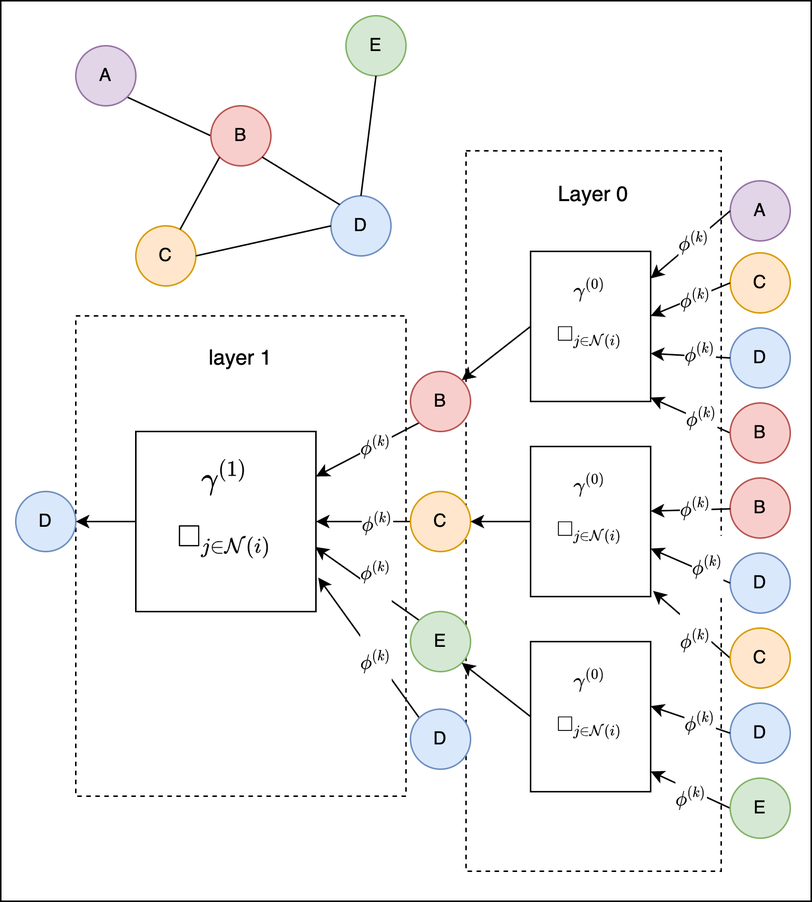
Above: notes/assets/drawio/Message-Passing-Framework.drawio.png in shekharmish/MATH-490-Project (draw.io), before the change. Source tidied: cells renumbered, new cells last; positions are measured from the earlier drawing's top-left corner, leaving out a move shared by most shapes.
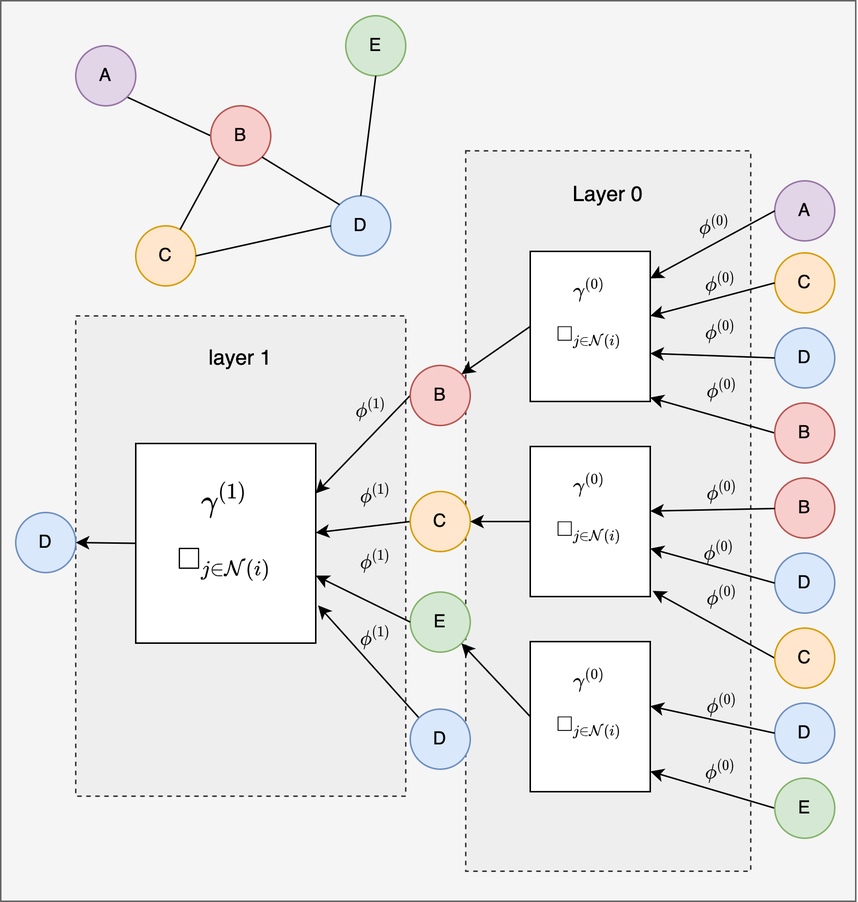
The same diagram one commit later.

Diff of the diagram source:
```diff
@@ -2,14 +2,14 @@
   <root>
     <mxCell id="0" />
     <mxCell id="1" parent="0" />
-    <mxCell id="2" style="rounded=0;whiteSpace=wrap;html=1;" parent="1" vertex="1">
-      <mxGeometry width="540" height="600" as="geometry" />
+    <mxCell id="2" style="rounded=0;whiteSpace=wrap;html=1;fillColor=#f5f5f5;fontColor=#333333;strokeColor=#666666;" parent="1" vertex="1">
+      <mxGeometry width="570" height="600" as="geometry" />
     </mxCell>
-    <mxCell id="3" value="&lt;font style=&quot;font-size: 14px&quot;&gt;layer 1&lt;/font&gt;&lt;br&gt;&lt;br&gt;&lt;br&gt;&lt;br&gt;&lt;br&gt;&lt;br&gt;&lt;br&gt;&lt;br&gt;&lt;br&gt;&lt;br&gt;&lt;br&gt;&lt;br&gt;&lt;br&gt;&lt;br&gt;&lt;br&gt;&lt;br&gt;&lt;br&gt;&lt;br&gt;&lt;br&gt;&lt;br&gt;&lt;br&gt;" style="rounded=0;whiteSpace=wrap;html=1;dashed=1;fontSize=11;fontColor=#000000;" parent="1" vertex="1">
+    <mxCell id="3" value="&lt;font style=&quot;font-size: 14px&quot;&gt;layer 1&lt;/font&gt;&lt;br&gt;&lt;br&gt;&lt;br&gt;&lt;br&gt;&lt;br&gt;&lt;br&gt;&lt;br&gt;&lt;br&gt;&lt;br&gt;&lt;br&gt;&lt;br&gt;&lt;br&gt;&lt;br&gt;&lt;br&gt;&lt;br&gt;&lt;br&gt;&lt;br&gt;&lt;br&gt;&lt;br&gt;&lt;br&gt;&lt;br&gt;" style="rounded=0;whiteSpace=wrap;html=1;dashed=1;fontSize=11;fillColor=#eeeeee;strokeColor=#36393d;" parent="1" vertex="1">
       <mxGeometry x="50" y="210" width="220" height="320" as="geometry" />
     </mxCell>
-    <mxCell id="4" value="&lt;font style=&quot;font-size: 14px&quot;&gt;Layer 0&lt;/font&gt;&lt;br&gt;&lt;br&gt;&lt;br&gt;&lt;br&gt;&lt;br&gt;&lt;br&gt;&lt;br&gt;&lt;br&gt;&lt;br&gt;&lt;br&gt;&lt;br&gt;&lt;br&gt;&lt;br&gt;&lt;br&gt;&lt;br&gt;&lt;br&gt;&lt;br&gt;&lt;br&gt;&lt;br&gt;&lt;br&gt;&lt;br&gt;&lt;br&gt;&lt;br&gt;&lt;br&gt;&lt;br&gt;&lt;br&gt;&lt;br&gt;&lt;br&gt;&lt;br&gt;&lt;br&gt;&lt;br&gt;&lt;br&gt;&lt;br&gt;" style="rounded=0;whiteSpace=wrap;html=1;dashed=1;fontSize=11;fontColor=#000000;" parent="1" vertex="1">
-      <mxGeometry x="310" y="100" width="170" height="480" as="geometry" />
+    <mxCell id="4" value="&lt;font style=&quot;font-size: 14px&quot;&gt;Layer 0&lt;/font&gt;&lt;br&gt;&lt;br&gt;&lt;br&gt;&lt;br&gt;&lt;br&gt;&lt;br&gt;&lt;br&gt;&lt;br&gt;&lt;br&gt;&lt;br&gt;&lt;br&gt;&lt;br&gt;&lt;br&gt;&lt;br&gt;&lt;br&gt;&lt;br&gt;&lt;br&gt;&lt;br&gt;&lt;br&gt;&lt;br&gt;&lt;br&gt;&lt;br&gt;&lt;br&gt;&lt;br&gt;&lt;br&gt;&lt;br&gt;&lt;br&gt;&lt;br&gt;&lt;br&gt;&lt;br&gt;&lt;br&gt;&lt;br&gt;&lt;br&gt;" style="rounded=0;whiteSpace=wrap;html=1;dashed=1;fontSize=11;fillColor=#eeeeee;strokeColor=#36393d;" parent="1" vertex="1">
+      <mxGeometry x="310" y="100" width="190" height="480" as="geometry" />
     </mxCell>
     <mxCell id="5" style="edgeStyle=none;html=1;exitX=1;exitY=1;exitDx=0;exitDy=0;entryX=0;entryY=0.5;entryDx=0;entryDy=0;endArrow=none;endFill=0;" parent="1" edge="1" source="6" target="10">
       <mxGeometry relative="1" as="geometry" />
@@ -42,41 +42,38 @@
       <mxGeometry relative="1" as="geometry" />
     </mxCell>
     <mxCell id="15" value="D" style="ellipse;whiteSpace=wrap;html=1;fillColor=#dae8fc;strokeColor=#6c8ebf;" parent="1" vertex="1">
-      <mxGeometry x="10" y="327" width="40" height="40" as="geometry" />
+      <mxGeometry x="10" y="341" width="40" height="40" as="geometry" />
     </mxCell>
     <mxCell id="16" style="edgeStyle=none;html=1;exitX=0;exitY=0.5;exitDx=0;exitDy=0;entryX=1;entryY=0.5;entryDx=0;entryDy=0;fontSize=16;fontColor=#000000;endArrow=classic;endFill=1;startArrow=none;startFill=0;" parent="1" edge="1" source="17" target="15">
       <mxGeometry relative="1" as="geometry" />
     </mxCell>
     <mxCell id="17" value="&lt;div style=&quot;background-color: rgb(255 , 255 , 255) ; font-family: &amp;#34;menlo&amp;#34; , &amp;#34;monaco&amp;#34; , &amp;#34;courier new&amp;#34; , monospace ; line-height: 18px ; font-size: 16px&quot;&gt;&lt;font style=&quot;font-size: 16px&quot;&gt;$$\gamma^{(1)}$$&lt;/font&gt;&lt;/div&gt;&lt;div style=&quot;background-color: rgb(255 , 255 , 255) ; font-family: &amp;#34;menlo&amp;#34; , &amp;#34;monaco&amp;#34; , &amp;#34;courier new&amp;#34; , monospace ; line-height: 18px ; font-size: 16px&quot;&gt;&lt;font style=&quot;font-size: 16px&quot;&gt;$$\square_{j \in \mathcal{N}(i)}$$&lt;/font&gt;&lt;/div&gt;&lt;div style=&quot;background-color: rgb(255 , 255 , 255) ; font-family: &amp;#34;menlo&amp;#34; , &amp;#34;monaco&amp;#34; , &amp;#34;courier new&amp;#34; , monospace ; line-height: 18px ; font-size: 16px&quot;&gt;&lt;br&gt;&lt;/div&gt;" style="rounded=0;whiteSpace=wrap;html=1;" parent="1" vertex="1">
-      <mxGeometry x="90" y="287" width="120" height="120" as="geometry" />
+      <mxGeometry x="90" y="295" width="120" height="133" as="geometry" />
     </mxCell>
-    <mxCell id="18" style="edgeStyle=none;html=1;exitX=0;exitY=1;exitDx=0;exitDy=0;entryX=1;entryY=0.25;entryDx=0;entryDy=0;fontSize=16;fontColor=#000000;startArrow=none;startFill=0;endArrow=classic;endFill=1;" parent="1" edge="1" source="20" target="17">
+    <mxCell id="18" style="edgeStyle=none;html=1;entryX=1;entryY=0.25;entryDx=0;entryDy=0;fontSize=16;fontColor=#000000;startArrow=none;startFill=0;endArrow=classic;endFill=1;exitX=0;exitY=0.5;exitDx=0;exitDy=0;" parent="1" edge="1" source="20" target="17">
       <mxGeometry relative="1" as="geometry" />
     </mxCell>
-    <mxCell id="19" value="$$\phi^{(k)}$$" style="edgeLabel;html=1;align=center;verticalAlign=middle;fontSize=11;fontColor=#000000;" parent="18" vertex="1">
+    <mxCell id="19" value="$$\phi^{(1)}$$" style="edgeLabel;html=1;align=center;verticalAlign=middle;fontSize=11;fontColor=#000000;labelBackgroundColor=none;" parent="18" vertex="1">
       <mxGeometry x="-0.29" y="3" relative="1" as="geometry">
-        <mxPoint x="-6" as="offset" />
+        <mxPoint x="-6" y="-17" as="offset" />
       </mxGeometry>
     </mxCell>
     <mxCell id="20" value="B" style="ellipse;whiteSpace=wrap;html=1;fillColor=#f8cecc;strokeColor=#b85450;" parent="1" vertex="1">
-      <mxGeometry x="273" y="247" width="40" height="40" as="geometry" />
+      <mxGeometry x="273" y="243" width="40" height="40" as="geometry" />
     </mxCell>
     <mxCell id="21" style="edgeStyle=none;html=1;exitX=0;exitY=0.5;exitDx=0;exitDy=0;fontSize=16;fontColor=#000000;startArrow=none;startFill=0;endArrow=classic;endFill=1;" parent="1" edge="1" source="23" target="17">
       <mxGeometry relative="1" as="geometry" />
     </mxCell>
-    <mxCell id="22" value="$$\phi^{(k)}$$" style="edgeLabel;html=1;align=center;verticalAlign=middle;fontSize=11;fontColor=#000000;" parent="21" vertex="1">
+    <mxCell id="22" value="$$\phi^{(1)}$$" style="edgeLabel;html=1;align=center;verticalAlign=middle;fontSize=11;fontColor=#000000;labelBackgroundColor=none;" parent="21" vertex="1">
       <mxGeometry x="-0.56" relative="1" as="geometry">
-        <mxPoint x="-9" as="offset" />
+        <mxPoint x="-9" y="-20" as="offset" />
       </mxGeometry>
     </mxCell>
     <mxCell id="23" value="C" style="ellipse;whiteSpace=wrap;html=1;fillColor=#ffe6cc;strokeColor=#d79b00;" parent="1" vertex="1">
       <mxGeometry x="273" y="327" width="40" height="40" as="geometry" />
     </mxCell>
-    <mxCell id="24" value="&lt;span style=&quot;font-size: 11px&quot;&gt;$$\phi^{(k)}$$&lt;br&gt;&lt;/span&gt;" style="edgeStyle=none;html=1;exitX=0;exitY=0;exitDx=0;exitDy=0;entryX=0.996;entryY=0.641;entryDx=0;entryDy=0;fontSize=16;fontColor=#000000;startArrow=none;startFill=0;endArrow=classic;endFill=1;entryPerimeter=0;" parent="1" edge="1" source="25" target="17">
-      <mxGeometry x="-0.13" y="-2" relative="1" as="geometry" />
-    </mxCell>
     <mxCell id="25" value="E" style="ellipse;whiteSpace=wrap;html=1;fillColor=#d5e8d4;strokeColor=#82b366;" parent="1" vertex="1">
-      <mxGeometry x="273" y="407" width="40" height="40" as="geometry" />
+      <mxGeometry x="273" y="394" width="40" height="40" as="geometry" />
     </mxCell>
     <mxCell id="26" style="edgeStyle=none;html=1;exitX=0;exitY=0.5;exitDx=0;exitDy=0;entryX=1;entryY=0;entryDx=0;entryDy=0;fontSize=11;fontColor=#000000;startArrow=none;startFill=0;endArrow=classic;endFill=1;" parent="1" edge="1" source="27" target="20">
       <mxGeometry relative="1" as="geometry" />
@@ -97,63 +94,71 @@
       <mxGeometry x="353" y="427" width="80" height="100" as="geometry" />
     </mxCell>
     <mxCell id="32" value="A" style="ellipse;whiteSpace=wrap;html=1;fillColor=#e1d5e7;strokeColor=#9673a6;" parent="1" vertex="1">
-      <mxGeometry x="486" y="120" width="40" height="40" as="geometry" />
+      <mxGeometry x="516" y="120" width="40" height="40" as="geometry" />
     </mxCell>
     <mxCell id="33" value="C" style="ellipse;whiteSpace=wrap;html=1;fillColor=#ffe6cc;strokeColor=#d79b00;" parent="1" vertex="1">
-      <mxGeometry x="486" y="168" width="40" height="40" as="geometry" />
+      <mxGeometry x="516" y="168" width="40" height="40" as="geometry" />
     </mxCell>
     <mxCell id="34" value="D" style="ellipse;whiteSpace=wrap;html=1;fillColor=#dae8fc;strokeColor=#6c8ebf;" parent="1" vertex="1">
-      <mxGeometry x="486" y="218" width="40" height="40" as="geometry" />
+      <mxGeometry x="516" y="218" width="40" height="40" as="geometry" />
     </mxCell>
     <mxCell id="35" value="B" style="ellipse;whiteSpace=wrap;html=1;fillColor=#f8cecc;strokeColor=#b85450;" parent="1" vertex="1">
-      <mxGeometry x="486" y="318" width="40" height="40" as="geometry" />
+      <mxGeometry x="516" y="318" width="40" height="40" as="geometry" />
     </mxCell>
     <mxCell id="36" value="D" style="ellipse;whiteSpace=wrap;html=1;fillColor=#dae8fc;strokeColor=#6c8ebf;" parent="1" vertex="1">
-      <mxGeometry x="486" y="368" width="40" height="40" as="geometry" />
+      <mxGeometry x="516" y="368" width="40" height="40" as="geometry" />
     </mxCell>
     <mxCell id="37" value="D" style="ellipse;whiteSpace=wrap;html=1;fillColor=#dae8fc;strokeColor=#6c8ebf;" parent="1" vertex="1">
-      <mxGeometry x="486" y="468" width="40" height="40" as="geometry" />
+      <mxGeometry x="516" y="468" width="40" height="40" as="geometry" />
     </mxCell>
     <mxCell id="38" style="edgeStyle=none;html=1;entryX=1;entryY=0;entryDx=0;entryDy=0;fontSize=11;fontColor=#000000;startArrow=none;startFill=0;endArrow=classic;endFill=1;exitX=0;exitY=0.5;exitDx=0;exitDy=0;" parent="1" edge="1" source="32">
       <mxGeometry relative="1" as="geometry">
         <mxPoint x="433" y="185" as="targetPoint" />
       </mxGeometry>
     </mxCell>
-    <mxCell id="39" value="$$\phi^{(k)}$$" style="edgeLabel;html=1;align=center;verticalAlign=middle;fontSize=11;fontColor=#000000;" parent="38" vertex="1">
-      <mxGeometry x="-0.09" relative="1" as="geometry" />
+    <mxCell id="39" value="$$\phi^{(0)}$$" style="edgeLabel;html=1;align=center;verticalAlign=middle;fontSize=11;fontColor=#000000;labelBackgroundColor=none;" parent="38" vertex="1">
+      <mxGeometry x="-0.09" relative="1" as="geometry">
+        <mxPoint x="-2" y="-11" as="offset" />
+      </mxGeometry>
     </mxCell>
     <mxCell id="40" style="edgeStyle=none;html=1;exitX=0;exitY=0.5;exitDx=0;exitDy=0;entryX=1;entryY=0.25;entryDx=0;entryDy=0;fontSize=11;fontColor=#000000;startArrow=none;startFill=0;endArrow=classic;endFill=1;" parent="1" edge="1" source="33">
       <mxGeometry relative="1" as="geometry">
         <mxPoint x="433" y="210" as="targetPoint" />
       </mxGeometry>
     </mxCell>
-    <mxCell id="41" value="$$\phi^{(k)}$$" style="edgeLabel;html=1;align=center;verticalAlign=middle;fontSize=11;fontColor=#000000;" parent="40" vertex="1">
-      <mxGeometry x="-0.1" y="1" relative="1" as="geometry" />
+    <mxCell id="41" value="$$\phi^{(0)}$$" style="edgeLabel;html=1;align=center;verticalAlign=middle;fontSize=11;fontColor=#000000;labelBackgroundColor=none;" parent="40" vertex="1">
+      <mxGeometry x="-0.1" y="1" relative="1" as="geometry">
+        <mxPoint y="-11" as="offset" />
+      </mxGeometry>
     </mxCell>
     <mxCell id="42" style="edgeStyle=none;html=1;exitX=0;exitY=0.5;exitDx=0;exitDy=0;fontSize=11;fontColor=#000000;startArrow=none;startFill=0;endArrow=classic;endFill=1;" parent="1" edge="1" source="34">
       <mxGeometry relative="1" as="geometry">
         <mxPoint x="433" y="235" as="targetPoint" />
       </mxGeometry>
     </mxCell>
-    <mxCell id="43" value="$$\phi^{(k)}$$" style="edgeLabel;html=1;align=center;verticalAlign=middle;fontSize=11;fontColor=#000000;" parent="42" vertex="1">
-      <mxGeometry x="-0.22" y="-2" relative="1" as="geometry" />
+    <mxCell id="43" value="$$\phi^{(0&lt;br&gt;)}$$" style="edgeLabel;html=1;align=center;verticalAlign=middle;fontSize=11;fontColor=#000000;labelBackgroundColor=none;" parent="42" vertex="1">
+      <mxGeometry x="-0.22" y="-2" relative="1" as="geometry">
+        <mxPoint x="-4" y="-15" as="offset" />
+      </mxGeometry>
     </mxCell>
     <mxCell id="44" style="edgeStyle=none;html=1;entryX=1;entryY=0.25;entryDx=0;entryDy=0;fontSize=11;fontColor=#000000;startArrow=none;startFill=0;endArrow=classic;endFill=1;" parent="1" edge="1" source="35">
       <mxGeometry relative="1" as="geometry">
         <mxPoint x="433" y="340" as="targetPoint" />
       </mxGeometry>
     </mxCell>
-    <mxCell id="45" value="$$\phi^{(k)}$$" style="edgeLabel;html=1;align=center;verticalAlign=middle;fontSize=11;fontColor=#000000;" parent="44" vertex="1">
-      <mxGeometry x="-0.14" y="-2" relative="1" as="geometry" />
+    <mxCell id="45" value="$$\phi^{(0)}$$" style="edgeLabel;html=1;align=center;verticalAlign=middle;fontSize=11;fontColor=#000000;labelBackgroundColor=none;" parent="44" vertex="1">
+      <mxGeometry x="-0.14" y="-2" relative="1" as="geometry">
+        <mxPoint y="-10" as="offset" />
+      </mxGeometry>
     </mxCell>
     <mxCell id="46" style="edgeStyle=none;html=1;fontSize=11;fontColor=#000000;startArrow=none;startFill=0;endArrow=classic;endFill=1;entryX=1;entryY=0.5;entryDx=0;entryDy=0;exitX=0;exitY=0.5;exitDx=0;exitDy=0;" parent="1" edge="1" source="36">
       <mxGeometry relative="1" as="geometry">
         <mxPoint x="433" y="365" as="targetPoint" />
       </mxGeometry>
     </mxCell>
-    <mxCell id="47" value="$$\phi^{(k)}$$" style="edgeLabel;html=1;align=center;verticalAlign=middle;fontSize=11;fontColor=#000000;" parent="46" vertex="1">
+    <mxCell id="47" value="$$\phi^{(0)}$$" style="edgeLabel;html=1;align=center;verticalAlign=middle;fontSize=11;fontColor=#000000;labelBackgroundColor=none;" parent="46" vertex="1">
       <mxGeometry x="-0.1" y="-3" relative="1" as="geometry">
-        <mxPoint x="7" y="2" as="offset" />
+        <mxPoint y="-8" as="offset" />
       </mxGeometry>
     </mxCell>
     <mxCell id="48" style="edgeStyle=none;html=1;entryX=1;entryY=0.25;entryDx=0;entryDy=0;fontSize=11;fontColor=#000000;startArrow=none;startFill=0;endArrow=classic;endFill=1;exitX=0;exitY=0.5;exitDx=0;exitDy=0;" parent="1" edge="1" source="37">
@@ -161,56 +166,68 @@
         <mxPoint x="433" y="470" as="targetPoint" />
       </mxGeometry>
     </mxCell>
-    <mxCell id="49" value="$$\phi^{(k)}$$" style="edgeLabel;html=1;align=center;verticalAlign=middle;fontSize=11;fontColor=#000000;" parent="48" vertex="1">
-      <mxGeometry x="-0.23" relative="1" as="geometry" />
+    <mxCell id="49" value="$$\phi^{(0)}$$" style="edgeLabel;html=1;align=center;verticalAlign=middle;fontSize=11;fontColor=#000000;labelBackgroundColor=none;" parent="48" vertex="1">
+      <mxGeometry x="-0.23" relative="1" as="geometry">
+        <mxPoint x="-4" y="-13" as="offset" />
+      </mxGeometry>
     </mxCell>
     <mxCell id="50" style="edgeStyle=none;html=1;exitX=0;exitY=0.5;exitDx=0;exitDy=0;entryX=0.999;entryY=0.794;entryDx=0;entryDy=0;entryPerimeter=0;fontSize=11;fontColor=#000000;startArrow=none;startFill=0;endArrow=classic;endFill=1;" parent="1" edge="1" source="52">
       <mxGeometry relative="1" as="geometry">
         <mxPoint x="432.9" y="264.4" as="targetPoint" />
       </mxGeometry>
     </mxCell>
-    <mxCell id="51" value="$$\phi^{(k)}$$" style="edgeLabel;html=1;align=center;verticalAlign=middle;fontSize=11;fontColor=#000000;" parent="50" vertex="1">
-      <mxGeometry x="-0.24" y="-2" relative="1" as="geometry" />
+    <mxCell id="51" value="$$\phi^{(0)}$$" style="edgeLabel;html=1;align=center;verticalAlign=middle;fontSize=11;fontColor=#000000;labelBackgroundColor=none;" parent="50" vertex="1">
+      <mxGeometry x="-0.24" y="-2" relative="1" as="geometry">
+        <mxPoint x="-5" y="-19" as="offset" />
+      </mxGeometry>
     </mxCell>
     <mxCell id="52" value="B" style="ellipse;whiteSpace=wrap;html=1;fillColor=#f8cecc;strokeColor=#b85450;" parent="1" vertex="1">
-      <mxGeometry x="486" y="268" width="40" height="40" as="geometry" />
+      <mxGeometry x="516" y="268" width="40" height="40" as="geometry" />
     </mxCell>
     <mxCell id="53" style="edgeStyle=none;html=1;exitX=0;exitY=0.5;exitDx=0;exitDy=0;entryX=1.02;entryY=0.782;entryDx=0;entryDy=0;entryPerimeter=0;fontSize=11;fontColor=#000000;startArrow=none;startFill=0;endArrow=classic;endFill=1;" parent="1" edge="1" source="55">
       <mxGeometry relative="1" as="geometry">
         <mxPoint x="434.6" y="393.2" as="targetPoint" />
       </mxGeometry>
     </mxCell>
-    <mxCell id="54" value="$$\phi^{(k)}$$" style="edgeLabel;html=1;align=center;verticalAlign=middle;fontSize=11;fontColor=#000000;" parent="53" vertex="1">
+    <mxCell id="54" value="$$\phi^{(0)}$$" style="edgeLabel;html=1;align=center;verticalAlign=middle;fontSize=11;fontColor=#000000;labelBackgroundColor=none;" parent="53" vertex="1">
       <mxGeometry x="-0.05" y="-2" relative="1" as="geometry">
-        <mxPoint x="-1" y="10" as="offset" />
+        <mxPoint x="2" y="-18" as="offset" />
       </mxGeometry>
     </mxCell>
     <mxCell id="55" value="C" style="ellipse;whiteSpace=wrap;html=1;fillColor=#ffe6cc;strokeColor=#d79b00;" parent="1" vertex="1">
-      <mxGeometry x="486" y="418" width="40" height="40" as="geometry" />
+      <mxGeometry x="516" y="418" width="40" height="40" as="geometry" />
     </mxCell>
     <mxCell id="56" style="edgeStyle=none;html=1;exitX=0;exitY=0.5;exitDx=0;exitDy=0;fontSize=11;fontColor=#000000;startArrow=none;startFill=0;endArrow=classic;endFill=1;" parent="1" edge="1" source="58">
       <mxGeometry relative="1" as="geometry">
         <mxPoint x="433" y="513.5" as="targetPoint" />
       </mxGeometry>
     </mxCell>
-    <mxCell id="57" value="$$\phi^{(k)}$$" style="edgeLabel;html=1;align=center;verticalAlign=middle;fontSize=11;fontColor=#000000;" parent="56" vertex="1">
+    <mxCell id="57" value="$$\phi^{(0)}$$" style="edgeLabel;html=1;align=center;verticalAlign=middle;fontSize=11;fontColor=#000000;labelBackgroundColor=none;" parent="56" vertex="1">
       <mxGeometry x="-0.36" relative="1" as="geometry">
-        <mxPoint x="-9" as="offset" />
+        <mxPoint x="-10" y="-18" as="offset" />
       </mxGeometry>
     </mxCell>
     <mxCell id="58" value="E" style="ellipse;whiteSpace=wrap;html=1;fillColor=#d5e8d4;strokeColor=#82b366;" parent="1" vertex="1">
-      <mxGeometry x="486" y="518" width="40" height="40" as="geometry" />
+      <mxGeometry x="516" y="518" width="40" height="40" as="geometry" />
     </mxCell>
     <mxCell id="59" style="edgeStyle=none;html=1;exitX=0;exitY=0;exitDx=0;exitDy=0;entryX=1.013;entryY=0.811;entryDx=0;entryDy=0;fontSize=16;fontColor=#000000;startArrow=none;startFill=0;endArrow=classic;endFill=1;entryPerimeter=0;" parent="1" edge="1" source="61" target="17">
       <mxGeometry relative="1" as="geometry" />
     </mxCell>
-    <mxCell id="60" value="$$\phi^{(k)}$$" style="edgeLabel;html=1;align=center;verticalAlign=middle;fontSize=11;fontColor=#000000;" parent="59" vertex="1">
+    <mxCell id="60" value="$$\phi^{(1)}$$" style="edgeLabel;html=1;align=center;verticalAlign=middle;fontSize=11;fontColor=#000000;labelBackgroundColor=none;" parent="59" vertex="1">
       <mxGeometry x="0.1" y="1" relative="1" as="geometry">
-        <mxPoint x="9" y="13" as="offset" />
+        <mxPoint x="9" y="-13" as="offset" />
       </mxGeometry>
     </mxCell>
     <mxCell id="61" value="D" style="ellipse;whiteSpace=wrap;html=1;fillColor=#dae8fc;strokeColor=#6c8ebf;" parent="1" vertex="1">
       <mxGeometry x="273" y="472" width="40" height="40" as="geometry" />
     </mxCell>
+    <mxCell id="24" style="edgeStyle=none;html=1;exitX=0;exitY=0.5;exitDx=0;exitDy=0;fontSize=16;fontColor=#000000;startArrow=none;startFill=0;endArrow=classic;endFill=1;entryX=1;entryY=0.662;entryDx=0;entryDy=0;entryPerimeter=0;" parent="1" edge="1" source="25" target="17">
+      <mxGeometry relative="1" as="geometry" />
+    </mxCell>
+    <mxCell id="62" value="$$\phi^{(1)}$$" style="edgeLabel;html=1;align=center;verticalAlign=middle;fontSize=11;fontColor=#000000;labelBackgroundColor=none;" parent="24" vertex="1">
+      <mxGeometry x="-0.56" relative="1" as="geometry">
+        <mxPoint x="-9" y="-34" as="offset" />
+      </mxGeometry>
+    </mxCell>
   </root>
 </mxGraphModel>
```
